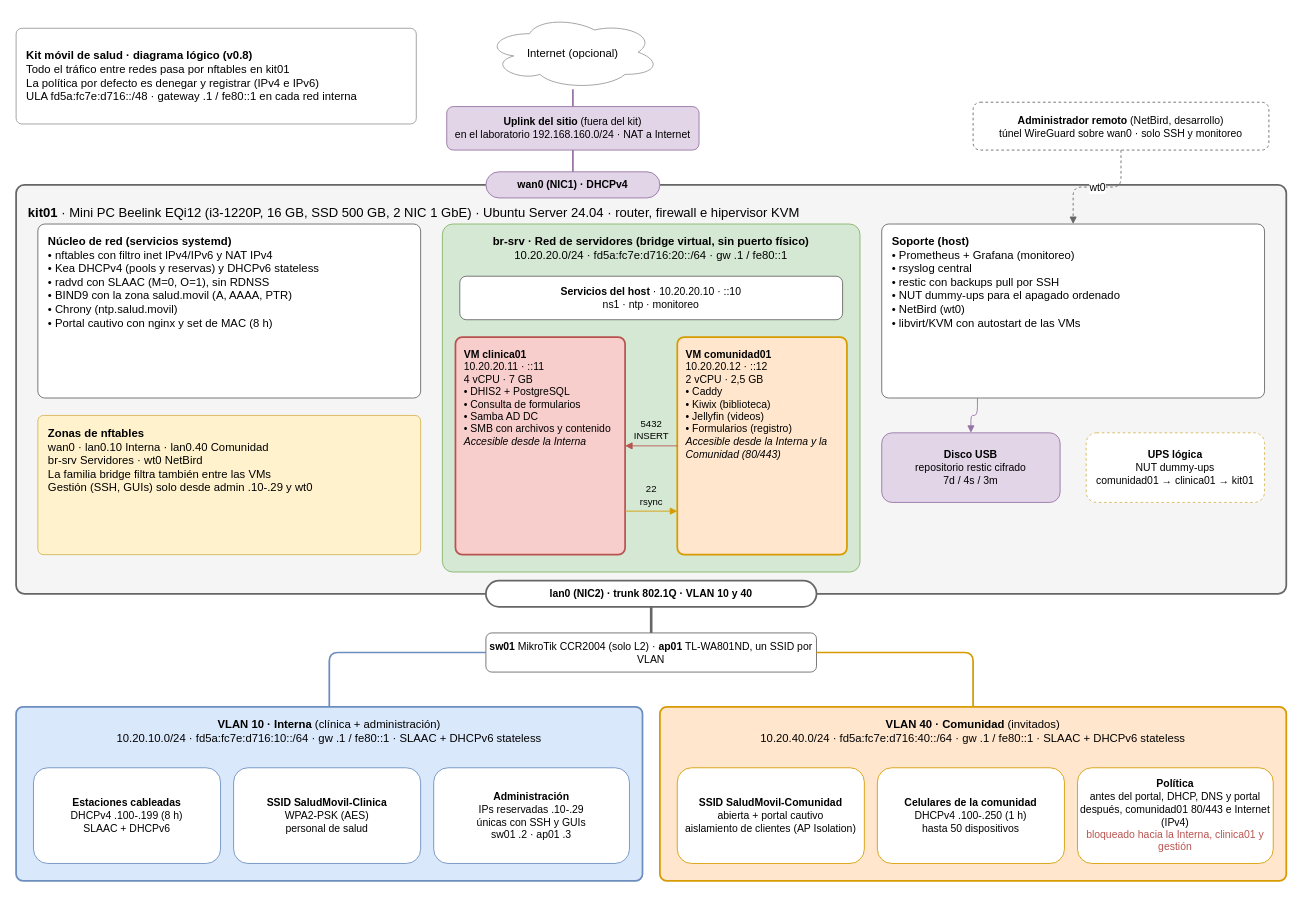
Earlier version of the draw.io diagram diagramas/diagrama-logico.drawio (kitsalud-movil-plats1/docs). Source tidied: cells renumbered, new cells numbered last; positions are measured from the earlier drawing's top-left corner, leaving out a move shared by most shapes. Both pictures are drawn from the tidied source at 87%, with x=0, y=0 at pixel (16, 15).
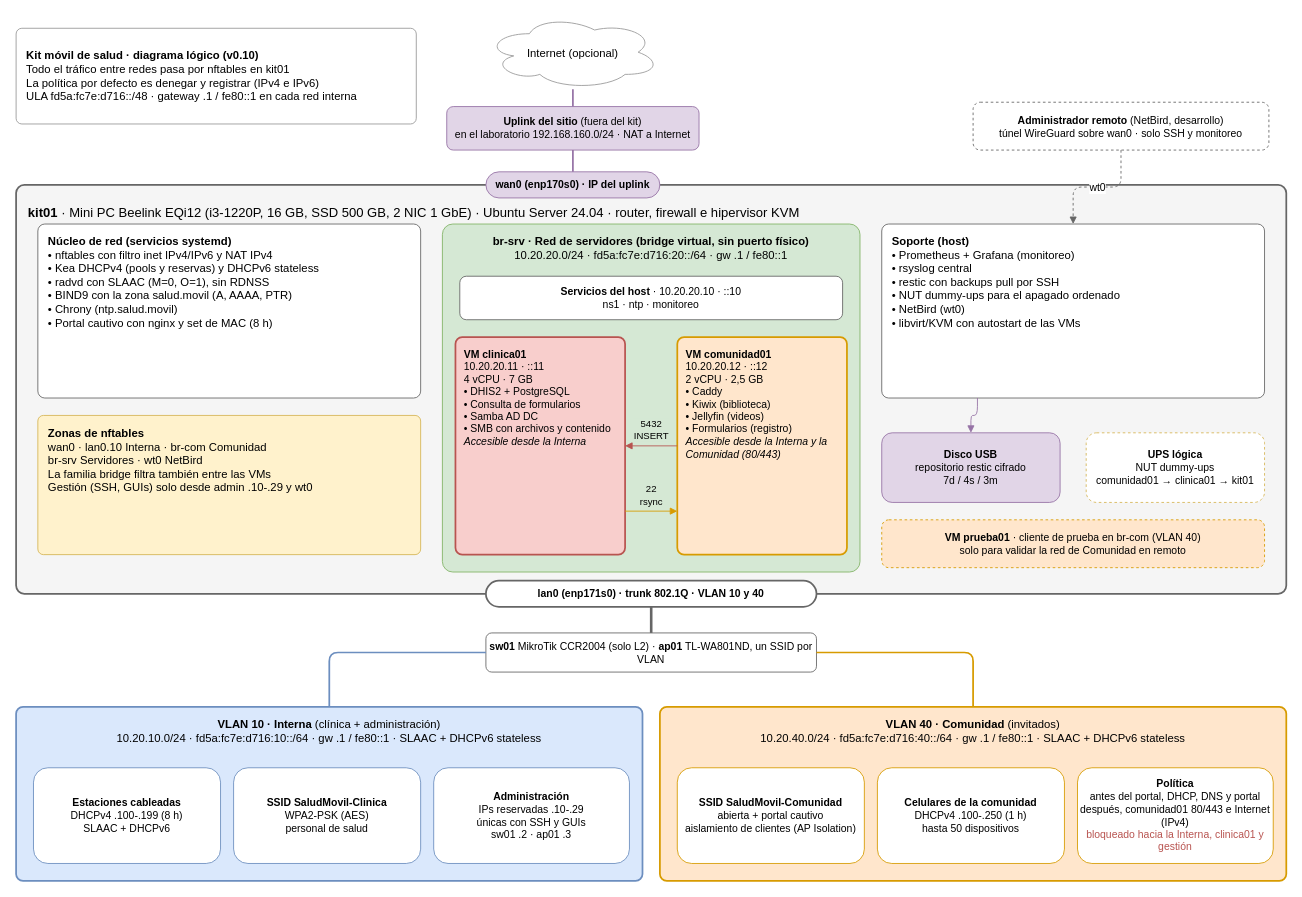
After the change.

Commit message (it also covers changes not shown here):
Operación remota: NIC sin renombrar, br-com y VM de prueba (v0.10)

The edit, as a diff of the source:
```diff
@@
-    <mxCell id="2" value="&lt;b&gt;Kit móvil de salud · diagrama lógico (v0.8)&lt;/b&gt;&lt;br&gt;Todo el tráfico entre redes pasa por nftables en kit01&lt;br&gt;La política por defecto es denegar y registrar (IPv4 e IPv6)&lt;br&gt;ULA fd5a:fc7e:d716::/48 · gateway .1 / fe80::1 en cada red interna" style="rounded=1;arcSize=6;whiteSpace=wrap;html=1;align=left;spacingLeft=10;fillColor=#FFFFFF;strokeColor=#999999;fontSize=13;" parent="1" vertex="1">
+    <mxCell id="2" value="&lt;b&gt;Kit móvil de salud · diagrama lógico (v0.10)&lt;/b&gt;&lt;br&gt;Todo el tráfico entre redes pasa por nftables en kit01&lt;br&gt;La política por defecto es denegar y registrar (IPv4 e IPv6)&lt;br&gt;ULA fd5a:fc7e:d716::/48 · gateway .1 / fe80::1 en cada red interna" style="rounded=1;arcSize=6;whiteSpace=wrap;html=1;align=left;spacingLeft=10;fillColor=#FFFFFF;strokeColor=#999999;fontSize=13;" parent="1" vertex="1">
       <mxGeometry y="15" width="460" height="110" as="geometry" />
     </mxCell>
@@
-    <mxCell id="7" value="wan0 (NIC1) · DHCPv4" style="rounded=1;arcSize=50;whiteSpace=wrap;html=1;fillColor=#e1d5e7;strokeColor=#9673a6;fontSize=12;fontStyle=1;" parent="1" vertex="1">
+    <mxCell id="7" value="wan0 (enp170s0) · IP del uplink" style="rounded=1;arcSize=50;whiteSpace=wrap;html=1;fillColor=#e1d5e7;strokeColor=#9673a6;fontSize=12;fontStyle=1;" parent="1" vertex="1">
       <mxGeometry x="540" y="180" width="200" height="30" as="geometry" />
     </mxCell>
@@
-    <mxCell id="9" value="&lt;b&gt;Zonas de nftables&lt;/b&gt;&lt;br&gt;wan0 · lan0.10 Interna · lan0.40 Comunidad&lt;br&gt;br-srv Servidores · wt0 NetBird&lt;br&gt;La familia bridge filtra también entre las VMs&lt;br&gt;Gestión (SSH, GUIs) solo desde admin .10-.29 y wt0" style="rounded=1;arcSize=4;whiteSpace=wrap;html=1;align=left;verticalAlign=top;spacingLeft=10;spacingTop=6;fillColor=#fff2cc;strokeColor=#d6b656;fontSize=13;" parent="1" vertex="1">
+    <mxCell id="9" value="&lt;b&gt;Zonas de nftables&lt;/b&gt;&lt;br&gt;wan0 · lan0.10 Interna · br-com Comunidad&lt;br&gt;br-srv Servidores · wt0 NetBird&lt;br&gt;La familia bridge filtra también entre las VMs&lt;br&gt;Gestión (SSH, GUIs) solo desde admin .10-.29 y wt0" style="rounded=1;arcSize=4;whiteSpace=wrap;html=1;align=left;verticalAlign=top;spacingLeft=10;spacingTop=6;fillColor=#fff2cc;strokeColor=#d6b656;fontSize=13;" parent="1" vertex="1">
       <mxGeometry x="25" y="460" width="440" height="160" as="geometry" />
     </mxCell>
@@
+    <mxCell id="36" value="&lt;b&gt;VM prueba01&lt;/b&gt; · cliente de prueba en br-com (VLAN 40)&lt;br&gt;solo para validar la red de Comunidad en remoto" style="rounded=1;whiteSpace=wrap;html=1;dashed=1;fillColor=#ffe6cc;strokeColor=#d79b00;fontSize=12;" parent="1" vertex="1">
+      <mxGeometry x="995" y="580" width="440" height="55" as="geometry" />
+    </mxCell>
-    <mxCell id="20" value="lan0 (NIC2) · trunk 802.1Q · VLAN 10 y 40" style="rounded=1;arcSize=50;whiteSpace=wrap;html=1;fillColor=#FFFFFF;strokeColor=#666666;fontSize=12;fontStyle=1;strokeWidth=2;" parent="1" vertex="1">
+    <mxCell id="20" value="lan0 (enp171s0) · trunk 802.1Q · VLAN 10 y 40" style="rounded=1;arcSize=50;whiteSpace=wrap;html=1;fillColor=#FFFFFF;strokeColor=#666666;fontSize=12;fontStyle=1;strokeWidth=2;" parent="1" vertex="1">
       <mxGeometry x="540" y="650" width="380" height="30" as="geometry" />
     </mxCell>
```
